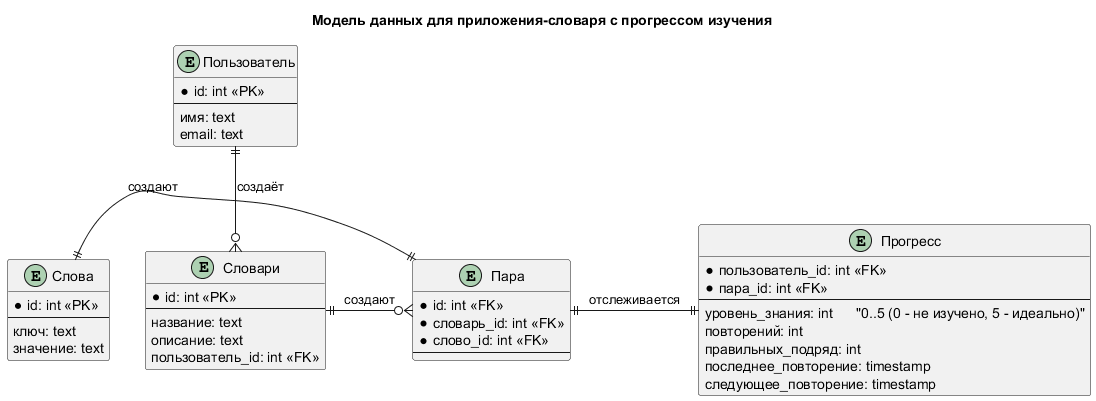
anxiousss/RelationalDatabases keeps this PlantUML diagram as hw1/diagram.png. Above is the earlier version. Source of this version:
```plantuml
@startuml
title Модель данных для приложения-словаря с прогрессом изучения

entity Пользователь {
  *id: int <<PK>>
  --
  имя: text
  email: text
}

entity Словари {
  *id: int <<PK>>
  --
  название: text
  описание: text
  пользователь_id: int <<FK>>
}

entity Слова {
  *id: int <<PK>>
  --
  ключ: text
  значение: text
}

entity Прогресс {
  *пользователь_id: int <<FK>>
  *пара_id: int <<FK>>
  --
  уровень_знания: int      "0..5 (0 - не изучено, 5 - идеально)"
  повторений: int
  правильных_подряд: int
  последнее_повторение: timestamp
  следующее_повторение: timestamp
}

entity Пара {
  *id: int <<FK>>
  *словарь_id: int <<FK>>
  *слово_id: int <<FK>>
  --
}

Пользователь ||--o{ Словари : создаёт
Пара ||-|| Прогресс : отслеживается
Слова ||-|| Пара : создают
Словари ||-o{ Пара: создают
@enduml
```
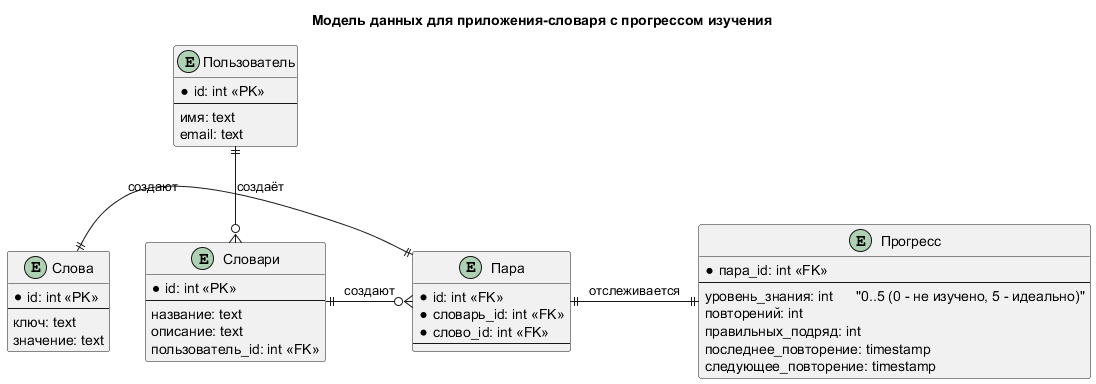
Later version of the same file.

Diff of the diagram source:
```diff
@@ -24,7 +24,6 @@
 }
 
 entity Прогресс {
-  *пользователь_id: int <<FK>>
   *пара_id: int <<FK>>
   --
   уровень_знания: int      "0..5 (0 - не изучено, 5 - идеально)"
```
